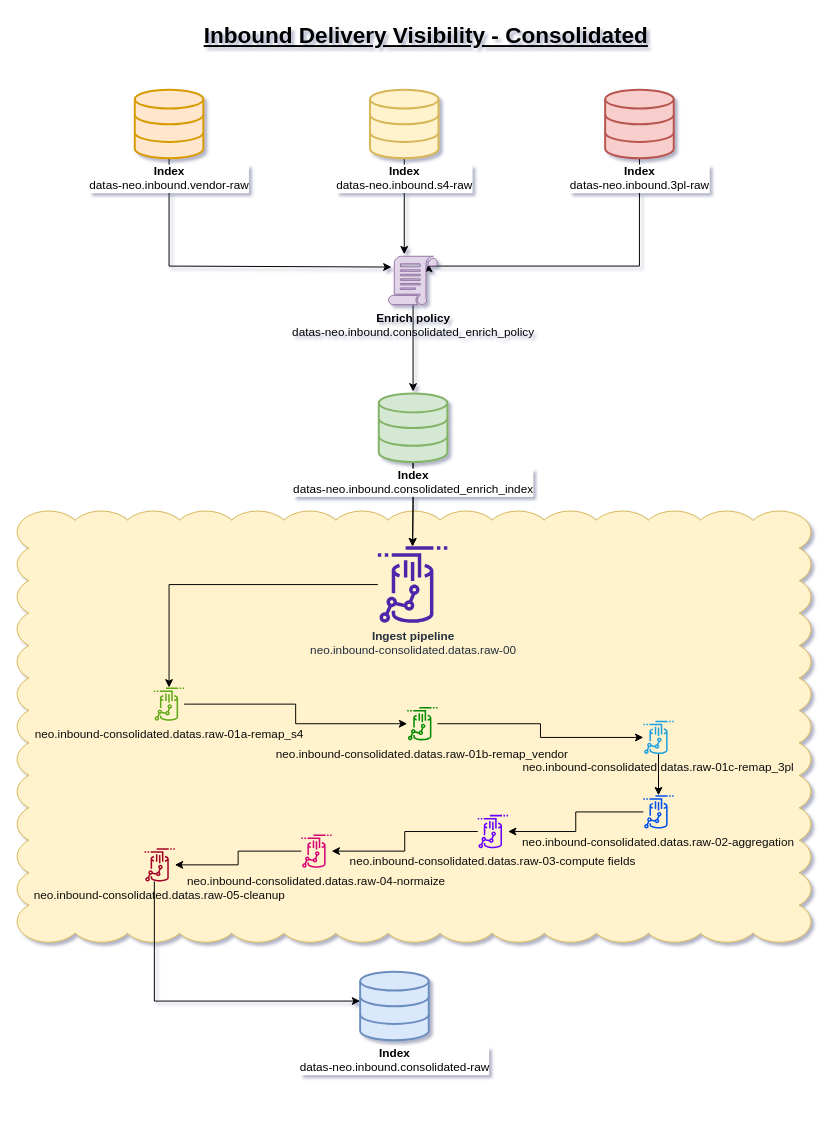
This is inbound_delivery_visibility_consolidated.drawio from baranharis/Diagram-LOREAL, a draw.io file, before an edit. Source tidied: cells renumbered, new cells numbered last; positions are measured from the earlier drawing's top-left corner, leaving out a move shared by most shapes. Both pictures are drawn from the tidied source at 98%, with x=0, y=0 at pixel (17, 21).
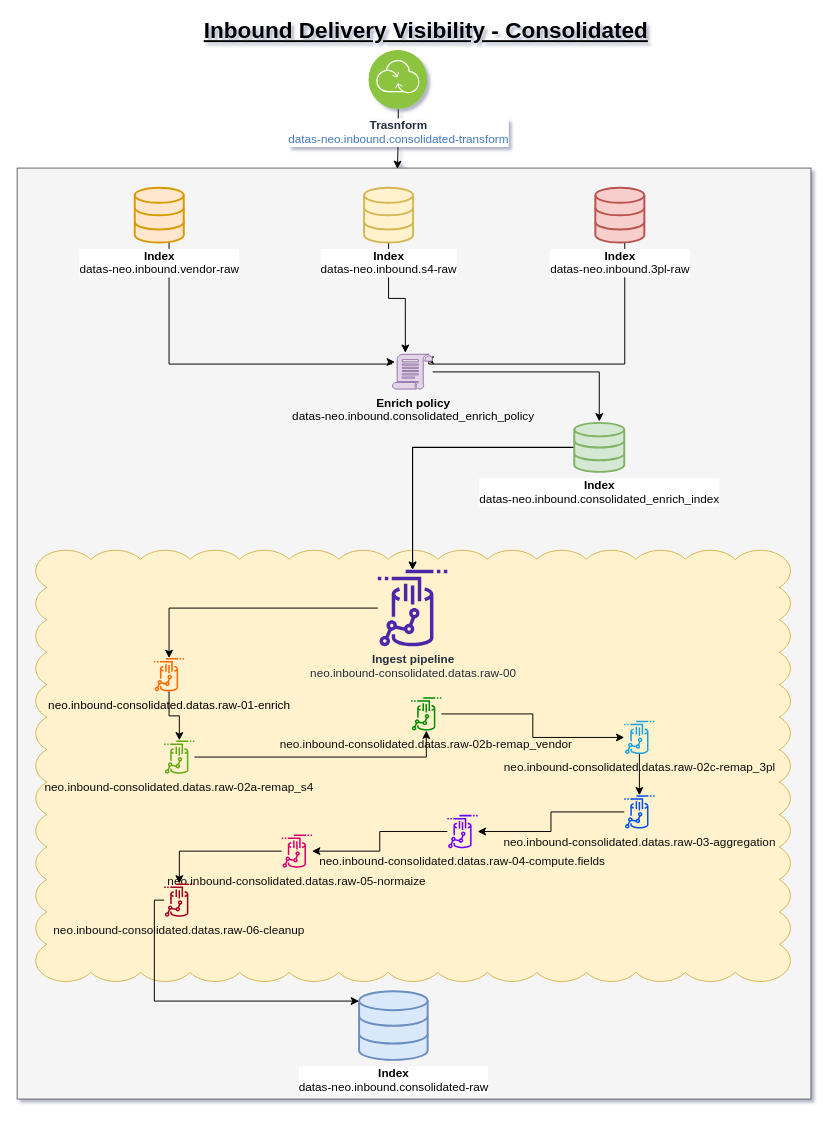
The same page after the edit.

Commit message (it also covers changes not shown here):
Mettre à jour inbound_delivery_visibility_consolidated.drawio

What changed in the source:
```diff
@@
+    <mxCell id="32" style="rounded=0;whiteSpace=wrap;html=1;fillColor=#f5f5f5;strokeColor=#666666;fontColor=#333333;" parent="1" vertex="1">
+      <mxGeometry y="150" width="810" height="950" as="geometry" />
+    </mxCell>
     <mxCell id="2" style="whiteSpace=wrap;html=1;shape=mxgraph.basic.cloud_rect;fillColor=#fff2cc;strokeColor=#d6b656;align=left;" parent="1" vertex="1">
-      <mxGeometry y="500" width="810" height="440" as="geometry" />
+      <mxGeometry x="19" y="540" width="770" height="440" as="geometry" />
     </mxCell>
     <mxCell id="3" style="edgeStyle=orthogonalEdgeStyle;rounded=0;jettySize=auto;html=1;entryX=0.06;entryY=0.22;entryDx=0;entryDy=0;entryPerimeter=0;" parent="1" edge="1" source="4" target="10">
       <mxGeometry relative="1" as="geometry">
         <Array as="points">
-          <mxPoint x="155" y="250" />
+          <mxPoint x="155" y="350" />
+          <mxPoint x="382" y="350" />
         </Array>
       </mxGeometry>
     </mxCell>
     <mxCell id="4" value="&lt;b&gt;Index&lt;/b&gt;&lt;br&gt;datas-neo.inbound.vendor-raw" style="html=1;verticalLabelPosition=bottom;align=center;labelBackgroundColor=#ffffff;verticalAlign=top;strokeWidth=2;strokeColor=#d79b00;shadow=0;dashed=0;shape=mxgraph.ios7.icons.data;fillColor=#ffe6cc;" parent="1" vertex="1">
-      <mxGeometry x="120" y="70" width="70" height="70" as="geometry" />
+      <mxGeometry x="120" y="170" width="50" height="56" as="geometry" />
     </mxCell>
@@
     <mxCell id="6" value="&lt;b&gt;Index&lt;/b&gt;&lt;br&gt;datas-neo.inbound.s4-raw" style="html=1;verticalLabelPosition=bottom;align=center;labelBackgroundColor=#ffffff;verticalAlign=top;strokeWidth=2;strokeColor=#d6b656;shadow=0;dashed=0;shape=mxgraph.ios7.icons.data;fillColor=#fff2cc;" parent="1" vertex="1">
-      <mxGeometry x="360" y="70" width="70" height="70" as="geometry" />
+      <mxGeometry x="354" y="170" width="50" height="56" as="geometry" />
     </mxCell>
     <mxCell id="7" style="edgeStyle=orthogonalEdgeStyle;rounded=0;jettySize=auto;html=1;entryX=0.82;entryY=0.16;entryDx=0;entryDy=0;entryPerimeter=0;" parent="1" edge="1" source="8" target="10">
       <mxGeometry relative="1" as="geometry">
         <Array as="points">
-          <mxPoint x="635" y="250" />
-          <mxPoint x="420" y="250" />
+          <mxPoint x="620" y="350" />
+          <mxPoint x="420" y="350" />
+          <mxPoint x="420" y="346" />
         </Array>
       </mxGeometry>
     </mxCell>
     <mxCell id="8" value="&lt;b&gt;Index&lt;/b&gt;&lt;br&gt;datas-neo.inbound.3pl-raw" style="html=1;verticalLabelPosition=bottom;align=center;labelBackgroundColor=#ffffff;verticalAlign=top;strokeWidth=2;strokeColor=#b85450;shadow=0;dashed=0;shape=mxgraph.ios7.icons.data;fillColor=#f8cecc;" parent="1" vertex="1">
-      <mxGeometry x="600" y="70" width="70" height="70" as="geometry" />
+      <mxGeometry x="590" y="170" width="50" height="56" as="geometry" />
     </mxCell>
@@
     <mxCell id="10" value="&lt;b&gt;Enrich policy&lt;/b&gt;&lt;br&gt;datas-neo.inbound.consolidated_enrich_policy" style="sketch=0;shadow=0;dashed=0;html=1;strokeColor=#9673a6;labelPosition=center;verticalLabelPosition=bottom;verticalAlign=top;align=center;fillColor=#e1d5e7;shape=mxgraph.mscae.intune.policy;" parent="1" vertex="1">
-      <mxGeometry x="379" y="240" width="50" height="50" as="geometry" />
+      <mxGeometry x="383" y="340" width="41" height="36" as="geometry" />
     </mxCell>
@@
     <mxCell id="12" value="&lt;b&gt;Index&lt;/b&gt;&lt;br&gt;datas-neo.inbound.consolidated-raw" style="html=1;verticalLabelPosition=bottom;align=center;labelBackgroundColor=#ffffff;verticalAlign=top;strokeWidth=2;strokeColor=#6c8ebf;shadow=0;dashed=0;shape=mxgraph.ios7.icons.data;fillColor=#dae8fc;" parent="1" vertex="1">
-      <mxGeometry x="350" y="970" width="70" height="70" as="geometry" />
+      <mxGeometry x="348.9" y="990" width="70" height="70" as="geometry" />
     </mxCell>
@@
-    <mxCell id="14" style="edgeStyle=orthogonalEdgeStyle;rounded=0;jettySize=auto;html=1;" parent="1" edge="1" source="25" target="26">
+    <mxCell id="14" style="edgeStyle=orthogonalEdgeStyle;rounded=0;jettySize=auto;html=1;" parent="1" edge="1" source="34" target="26">
       <mxGeometry relative="1" as="geometry" />
     </mxCell>
@@
-    <mxCell id="20" value="neo.inbound-consolidated.datas.raw-04-normaize" style="sketch=0;outlineConnect=0;fontColor=#0D0D0D;fillColor=#d80073;strokeColor=#A50040;dashed=0;verticalLabelPosition=bottom;verticalAlign=top;align=center;html=1;fontSize=12;fontStyle=0;shape=mxgraph.aws4.redshift_streaming_ingestion;" parent="1" vertex="1">
-      <mxGeometry x="290" y="830" width="30.9" height="34" as="geometry" />
+    <mxCell id="20" value="neo.inbound-consolidated.datas.raw-05-normaize" style="sketch=0;outlineConnect=0;fontColor=#0D0D0D;fillColor=#d80073;strokeColor=#A50040;dashed=0;verticalLabelPosition=bottom;verticalAlign=top;align=center;html=1;fontSize=12;fontStyle=0;shape=mxgraph.aws4.redshift_streaming_ingestion;" parent="1" vertex="1">
+      <mxGeometry x="270" y="830" width="30.9" height="34" as="geometry" />
     </mxCell>
-    <mxCell id="21" value="neo.inbound-consolidated.datas.raw-05-cleanup" style="sketch=0;outlineConnect=0;fontColor=#0D0D0D;fillColor=#a20025;strokeColor=#6F0000;dashed=0;verticalLabelPosition=bottom;verticalAlign=top;align=center;html=1;fontSize=12;fontStyle=0;shape=mxgraph.aws4.redshift_streaming_ingestion;" parent="1" vertex="1">
-      <mxGeometry x="130" y="844" width="30.9" height="34" as="geometry" />
+    <mxCell id="21" value="neo.inbound-consolidated.datas.raw-06-cleanup" style="sketch=0;outlineConnect=0;fontColor=#0D0D0D;fillColor=#a20025;strokeColor=#6F0000;dashed=0;verticalLabelPosition=bottom;verticalAlign=top;align=center;html=1;fontSize=12;fontStyle=0;shape=mxgraph.aws4.redshift_streaming_ingestion;" parent="1" vertex="1">
+      <mxGeometry x="150" y="880" width="30.9" height="34" as="geometry" />
     </mxCell>
@@
     <mxCell id="23" value="&lt;b&gt;Index&lt;/b&gt;&lt;br&gt;datas-neo.inbound.consolidated_enrich_index" style="html=1;verticalLabelPosition=bottom;align=center;labelBackgroundColor=#ffffff;verticalAlign=top;strokeWidth=2;strokeColor=#82b366;shadow=0;dashed=0;shape=mxgraph.ios7.icons.data;fillColor=#d5e8d4;" parent="1" vertex="1">
-      <mxGeometry x="369" y="380" width="70" height="70" as="geometry" />
+      <mxGeometry x="568.5" y="410" width="51" height="50" as="geometry" />
     </mxCell>
     <mxCell id="24" value="&lt;b&gt;Ingest pipeline&lt;/b&gt;&lt;br&gt;neo.inbound-consolidated.datas.raw-00" style="sketch=0;outlineConnect=0;fontColor=#232F3E;gradientColor=none;fillColor=#4D27AA;strokeColor=none;dashed=0;verticalLabelPosition=bottom;verticalAlign=top;align=center;html=1;fontSize=12;fontStyle=0;shape=mxgraph.aws4.redshift_streaming_ingestion;" parent="1" vertex="1">
-      <mxGeometry x="368" y="536" width="71" height="78" as="geometry" />
+      <mxGeometry x="368" y="560" width="71" height="78" as="geometry" />
     </mxCell>
+    <mxCell id="33" style="edgeStyle=orthogonalEdgeStyle;rounded=0;jettySize=auto;html=1;" parent="1" edge="1" source="25" target="34">
+      <mxGeometry relative="1" as="geometry" />
+    </mxCell>
-    <mxCell id="25" value="neo.inbound-consolidated.datas.raw-01a-remap_s4" style="sketch=0;outlineConnect=0;fontColor=#0D0D0D;fillColor=#60a917;strokeColor=#2D7600;dashed=0;verticalLabelPosition=bottom;verticalAlign=top;align=center;html=1;fontSize=12;fontStyle=0;shape=mxgraph.aws4.redshift_streaming_ingestion;" parent="1" vertex="1">
-      <mxGeometry x="139.5" y="680" width="30.9" height="34" as="geometry" />
+    <mxCell id="25" value="neo.inbound-consolidated.datas.raw-01-enrich" style="sketch=0;outlineConnect=0;fillColor=#fa6800;strokeColor=#C73500;dashed=0;verticalLabelPosition=bottom;verticalAlign=top;align=center;html=1;fontSize=12;fontStyle=0;shape=mxgraph.aws4.redshift_streaming_ingestion;fontColor=#000000;" parent="1" vertex="1">
+      <mxGeometry x="139.5" y="650" width="30.9" height="34" as="geometry" />
     </mxCell>
-    <mxCell id="26" value="neo.inbound-consolidated.datas.raw-01b-remap_vendor" style="sketch=0;outlineConnect=0;fontColor=#0D0D0D;fillColor=#008a00;strokeColor=#005700;dashed=0;verticalLabelPosition=bottom;verticalAlign=top;align=center;html=1;fontSize=12;fontStyle=0;shape=mxgraph.aws4.redshift_streaming_ingestion;" parent="1" vertex="1">
-      <mxGeometry x="398" y="700" width="30.9" height="34" as="geometry" />
+    <mxCell id="26" value="neo.inbound-consolidated.datas.raw-02b-remap_vendor" style="sketch=0;outlineConnect=0;fontColor=#0D0D0D;fillColor=#008a00;strokeColor=#005700;dashed=0;verticalLabelPosition=bottom;verticalAlign=top;align=center;html=1;fontSize=12;fontStyle=0;shape=mxgraph.aws4.redshift_streaming_ingestion;" parent="1" vertex="1">
+      <mxGeometry x="402" y="690" width="30.9" height="34" as="geometry" />
     </mxCell>
-    <mxCell id="27" value="neo.inbound-consolidated.datas.raw-01c-remap_3pl" style="sketch=0;outlineConnect=0;fontColor=#0D0D0D;fillColor=#1ba1e2;strokeColor=#006EAF;dashed=0;verticalLabelPosition=bottom;verticalAlign=top;align=center;html=1;fontSize=12;fontStyle=0;shape=mxgraph.aws4.redshift_streaming_ingestion;" parent="1" vertex="1">
-      <mxGeometry x="639" y="714" width="30.9" height="34" as="geometry" />
+    <mxCell id="27" value="neo.inbound-consolidated.datas.raw-02c-remap_3pl" style="sketch=0;outlineConnect=0;fontColor=#0D0D0D;fillColor=#1ba1e2;strokeColor=#006EAF;dashed=0;verticalLabelPosition=bottom;verticalAlign=top;align=center;html=1;fontSize=12;fontStyle=0;shape=mxgraph.aws4.redshift_streaming_ingestion;" parent="1" vertex="1">
+      <mxGeometry x="619.5" y="714" width="30.9" height="34" as="geometry" />
     </mxCell>
-    <mxCell id="28" value="neo.inbound-consolidated.datas.raw-02-aggregation" style="sketch=0;outlineConnect=0;fontColor=#0D0D0D;fillColor=#0050ef;strokeColor=#001DBC;dashed=0;verticalLabelPosition=bottom;verticalAlign=top;align=center;html=1;fontSize=12;fontStyle=0;shape=mxgraph.aws4.redshift_streaming_ingestion;" parent="1" vertex="1">
-      <mxGeometry x="639" y="790" width="30.9" height="34" as="geometry" />
+    <mxCell id="28" value="neo.inbound-consolidated.datas.raw-03-aggregation" style="sketch=0;outlineConnect=0;fontColor=#0D0D0D;fillColor=#0050ef;strokeColor=#001DBC;dashed=0;verticalLabelPosition=bottom;verticalAlign=top;align=center;html=1;fontSize=12;fontStyle=0;shape=mxgraph.aws4.redshift_streaming_ingestion;" parent="1" vertex="1">
+      <mxGeometry x="619.5" y="790" width="30.9" height="34" as="geometry" />
     </mxCell>
-    <mxCell id="29" value="neo.inbound-consolidated.datas.raw-03-compute fields" style="sketch=0;outlineConnect=0;fontColor=#0D0D0D;fillColor=#6a00ff;strokeColor=#3700CC;dashed=0;verticalLabelPosition=bottom;verticalAlign=top;align=center;html=1;fontSize=12;fontStyle=0;shape=mxgraph.aws4.redshift_streaming_ingestion;" parent="1" vertex="1">
-      <mxGeometry x="470" y="810" width="30.9" height="34" as="geometry" />
+    <mxCell id="29" value="neo.inbound-consolidated.datas.raw-04-compute.fields" style="sketch=0;outlineConnect=0;fontColor=#0D0D0D;fillColor=#6a00ff;strokeColor=#3700CC;dashed=0;verticalLabelPosition=bottom;verticalAlign=top;align=center;html=1;fontSize=12;fontStyle=0;shape=mxgraph.aws4.redshift_streaming_ingestion;" parent="1" vertex="1">
+      <mxGeometry x="439" y="810" width="30.9" height="34" as="geometry" />
     </mxCell>
@@
     <mxCell id="31" value="Inbound Delivery Visibility - Consolidated" style="text;html=1;strokeColor=none;fillColor=none;align=center;verticalAlign=middle;whiteSpace=wrap;rounded=0;fontSize=23;fontStyle=5;" parent="1" vertex="1">
-      <mxGeometry x="175" width="485" height="30" as="geometry" />
+      <mxGeometry x="175" width="485" height="20" as="geometry" />
     </mxCell>
+    <mxCell id="34" value="neo.inbound-consolidated.datas.raw-02a-remap_s4" style="sketch=0;outlineConnect=0;fontColor=#0D0D0D;fillColor=#60a917;strokeColor=#2D7600;dashed=0;verticalLabelPosition=bottom;verticalAlign=top;align=center;html=1;fontSize=12;fontStyle=0;shape=mxgraph.aws4.redshift_streaming_ingestion;" parent="1" vertex="1">
+      <mxGeometry x="150" y="734" width="30.9" height="34" as="geometry" />
+    </mxCell>
+    <mxCell id="35" style="edgeStyle=orthogonalEdgeStyle;rounded=0;jettySize=auto;html=1;entryX=0.479;entryY=0.001;entryDx=0;entryDy=0;entryPerimeter=0;" parent="1" edge="1" source="36" target="32">
+      <mxGeometry relative="1" as="geometry" />
+    </mxCell>
+    <mxCell id="36" value="&lt;b style=&quot;border-color: var(--border-color); color: rgb(35, 47, 62); background-color: rgb(251, 251, 251);&quot;&gt;Trasnform&lt;/b&gt;&lt;br style=&quot;border-color: var(--border-color); color: rgb(35, 47, 62); background-color: rgb(251, 251, 251);&quot;&gt;datas-neo.inbound.consolidated-transform" style="image;perimeter=ellipsePerimeter;html=1;align=center;shadow=0;dashed=0;fontColor=#4277BB;labelBackgroundColor=default;fontSize=12;spacingTop=3;image=img/lib/ibm/infrastructure/transformation_connectivity.svg;" parent="1" vertex="1">
+      <mxGeometry x="358.9" y="30" width="60" height="60" as="geometry" />
+    </mxCell>
```
